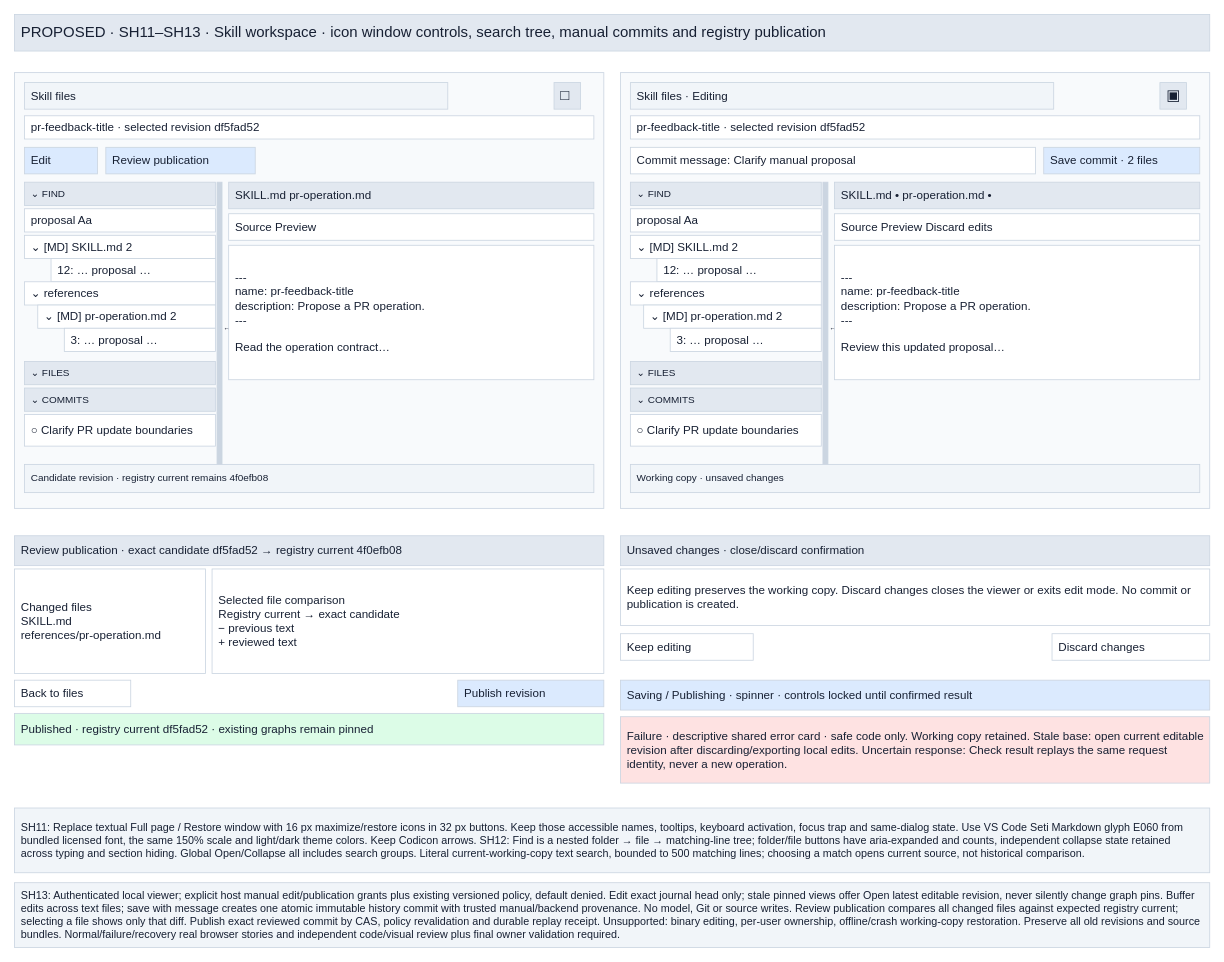
Before: page "Skill workspace editing and publication" (6 of 6) of projects/laomedo/subsystems/skill-registry/design/skill-files.drawio in amadou-6e/specs, a draw.io diagram. Source tidied: cells renumbered, new cells numbered last; positions are measured from the earlier drawing's top-left corner, leaving out a move shared by most shapes. Both pictures are drawn from the tidied source at 83%, with x=0, y=0 at pixel (14, 14).
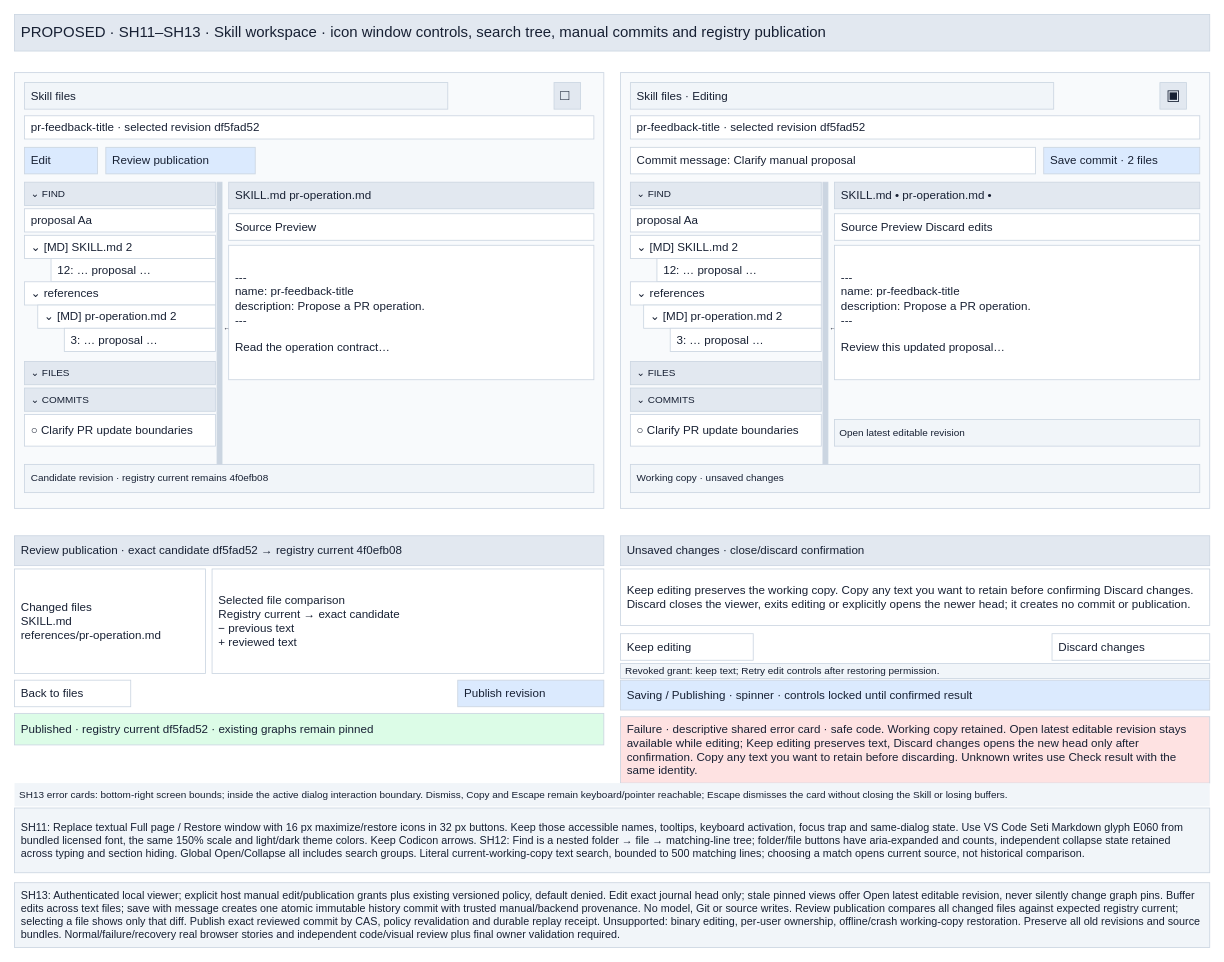
Above is the later version.

Commit message (it also covers changes not shown here):
Clarify stale-edit recovery and accessible modal failure controls

Change to the diagram source:
```diff
@@
-    <mxCell id="52" value="Keep editing preserves the working copy. Discard changes closes the viewer or exits edit mode. No commit or publication is created." style="rounded=0;whiteSpace=wrap;html=0;fillColor=#ffffff;strokeColor=#cbd5e1;fontColor=#172033;fontFamily=Arial;fontSize=14;align=left;verticalAlign=middle;spacing=8;" parent="1" vertex="1">
+    <mxCell id="52" value="Keep editing preserves the working copy. Copy any text you want to retain before confirming Discard changes. Discard closes the viewer, exits editing or explicitly opens the newer head; it creates no commit or publication." style="rounded=0;whiteSpace=wrap;html=0;fillColor=#ffffff;strokeColor=#cbd5e1;fontColor=#172033;fontFamily=Arial;fontSize=14;align=left;verticalAlign=middle;spacing=8;" parent="1" vertex="1">
       <mxGeometry x="730" y="668" width="710" height="68" as="geometry" />
     </mxCell>
@@
-    <mxCell id="56" value="Failure · descriptive shared error card · safe code only. Working copy retained. Stale base: open current editable revision after discarding/exporting local edits. Uncertain response: Check result replays the same request identity, never a new operation." style="rounded=0;whiteSpace=wrap;html=0;fillColor=#fee2e2;strokeColor=#cbd5e1;fontColor=#172033;fontFamily=Arial;fontSize=14;align=left;verticalAlign=middle;spacing=8;" parent="1" vertex="1">
+    <mxCell id="56" value="Failure · descriptive shared error card · safe code. Working copy retained. Open latest editable revision stays available while editing; Keep editing preserves text, Discard changes opens the new head only after confirmation. Copy any text you want to retain before discarding. Unknown writes use Check result with the same identity." style="rounded=0;whiteSpace=wrap;html=0;fillColor=#fee2e2;strokeColor=#cbd5e1;fontColor=#172033;fontFamily=Arial;fontSize=14;align=left;verticalAlign=middle;spacing=8;" parent="1" vertex="1">
       <mxGeometry x="730" y="846" width="710" height="80" as="geometry" />
     </mxCell>
@@
+    <mxCell id="59" value="SH13 error cards: bottom-right screen bounds; inside the active dialog interaction boundary. Dismiss, Copy and Escape remain keyboard/pointer reachable; Escape dismisses the card without closing the Skill or losing buffers." style="rounded=0;whiteSpace=wrap;html=0;fillColor=#f1f5f9;strokeColor=none;fontColor=#172033;fontFamily=Arial;fontSize=12;align=left;verticalAlign=middle;spacing=6;" parent="1" vertex="1">
+      <mxGeometry y="926" width="1440" height="28" as="geometry" />
+    </mxCell>
+    <mxCell id="60" value="Open latest editable revision" style="rounded=0;whiteSpace=wrap;html=0;fillColor=#f1f5f9;strokeColor=#cbd5e1;fontColor=#172033;fontFamily=Arial;fontSize=12;align=left;verticalAlign=middle;spacing=6;" parent="1" vertex="1">
+      <mxGeometry x="988" y="488" width="440" height="32" as="geometry" />
+    </mxCell>
+    <mxCell id="61" value="Revoked grant: keep text; Retry edit controls after restoring permission." style="rounded=0;whiteSpace=wrap;html=0;fillColor=#f1f5f9;strokeColor=#cbd5e1;fontColor=#172033;fontFamily=Arial;fontSize=12;align=left;verticalAlign=middle;spacing=6;" parent="1" vertex="1">
+      <mxGeometry x="730" y="782" width="710" height="18" as="geometry" />
+    </mxCell>
```
